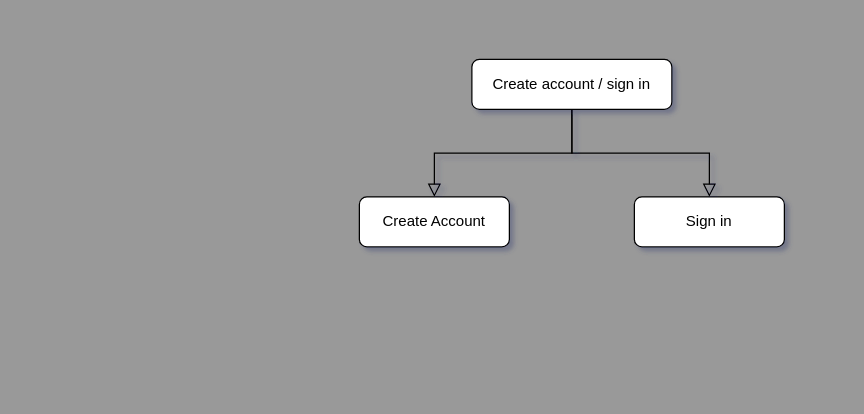
Earlier version of the draw.io diagram Untitled Diagram.drawio (vickycye/silk-road-scripters). Source tidied: cells renumbered, new cells numbered last; positions are measured from the earlier drawing's top-left corner, leaving out a move shared by most shapes. Both pictures are drawn from the tidied source at 125%, with x=0, y=0 at pixel (359, 59).
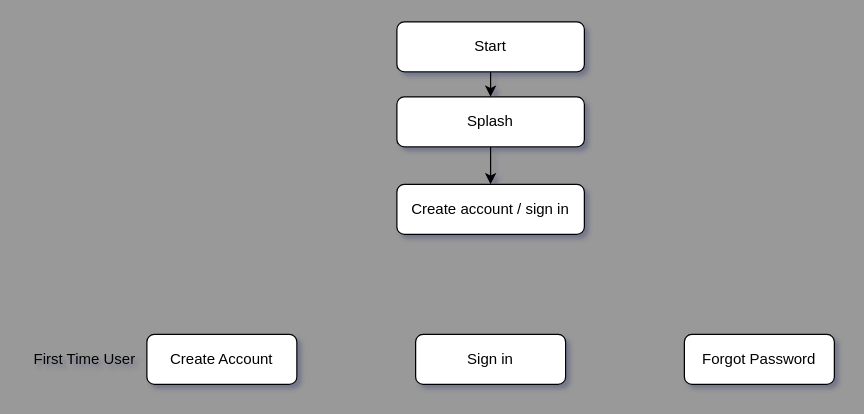
After the change.

The edit, as a diff of the source:
```diff
@@
 <mxGraphModel background="light-dark(#999999, #121212)" shadow="1">
   <root>
     <mxCell id="0" />
     <mxCell id="1" parent="0" />
-    <mxCell id="2" style="rounded=0;html=1;jettySize=auto;fontSize=11;endArrow=block;endFill=0;endSize=8;strokeWidth=1;shadow=0;labelBackgroundColor=none;edgeStyle=orthogonalEdgeStyle;fontColor=default;entryX=0.5;entryY=0;entryDx=0;entryDy=0;" parent="1" edge="1" source="3" target="6">
-      <mxGeometry relative="1" as="geometry" />
-    </mxCell>
     <mxCell id="3" value="Create account / sign in" style="rounded=1;whiteSpace=wrap;html=1;fontSize=12;glass=0;strokeWidth=1;shadow=0;labelBackgroundColor=none;" parent="1" vertex="1">
-      <mxGeometry x="90" width="160" height="40" as="geometry" />
+      <mxGeometry x="30" y="100" width="150" height="40" as="geometry" />
     </mxCell>
-    <mxCell id="4" style="rounded=0;html=1;jettySize=auto;fontSize=11;endArrow=block;endFill=0;endSize=8;strokeWidth=1;shadow=0;labelBackgroundColor=none;edgeStyle=orthogonalEdgeStyle;exitX=0.5;exitY=1;exitDx=0;exitDy=0;entryX=0.5;entryY=0;entryDx=0;entryDy=0;fontColor=default;" parent="1" edge="1" source="3" target="5">
-      <mxGeometry relative="1" as="geometry" />
-    </mxCell>
     <mxCell id="5" value="Create Account" style="rounded=1;whiteSpace=wrap;html=1;" parent="1" vertex="1">
-      <mxGeometry y="110" width="120" height="40" as="geometry" />
+      <mxGeometry x="-170" y="220" width="120" height="40" as="geometry" />
     </mxCell>
     <mxCell id="6" value="Sign in" style="rounded=1;whiteSpace=wrap;html=1;" parent="1" vertex="1">
-      <mxGeometry x="220" y="110" width="120" height="40" as="geometry" />
+      <mxGeometry x="45" y="220" width="120" height="40" as="geometry" />
     </mxCell>
+    <mxCell id="7" value="First Time User" style="text;html=1;align=center;verticalAlign=middle;strokeColor=none;fillColor=none;" parent="1" vertex="1">
+      <mxGeometry x="-270" y="225" width="100" height="30" as="geometry" />
+    </mxCell>
+    <mxCell id="8" value="Start" style="rounded=1;whiteSpace=wrap;html=1;" parent="1" vertex="1">
+      <mxGeometry x="30" y="-30" width="150" height="40" as="geometry" />
+    </mxCell>
+    <mxCell id="9" value="Splash" style="rounded=1;whiteSpace=wrap;html=1;" parent="1" vertex="1">
+      <mxGeometry x="30" y="30" width="150" height="40" as="geometry" />
+    </mxCell>
+    <mxCell id="10" style="endArrow=classic;html=1;rounded=0;exitX=0.5;exitY=1;exitDx=0;exitDy=0;entryX=0.5;entryY=0;entryDx=0;entryDy=0;" parent="1" edge="1" source="8" target="9">
+      <mxGeometry relative="1" as="geometry" />
+    </mxCell>
+    <mxCell id="11" style="endArrow=classic;html=1;rounded=0;exitX=0.5;exitY=1;exitDx=0;exitDy=0;entryX=0.5;entryY=0;entryDx=0;entryDy=0;" parent="1" edge="1" source="9" target="3">
+      <mxGeometry relative="1" as="geometry" />
+    </mxCell>
+    <mxCell id="12" value="Forgot Password" style="rounded=1;whiteSpace=wrap;html=1;" parent="1" vertex="1">
+      <mxGeometry x="260" y="220" width="120" height="40" as="geometry" />
+    </mxCell>
   </root>
 </mxGraphModel>
```
